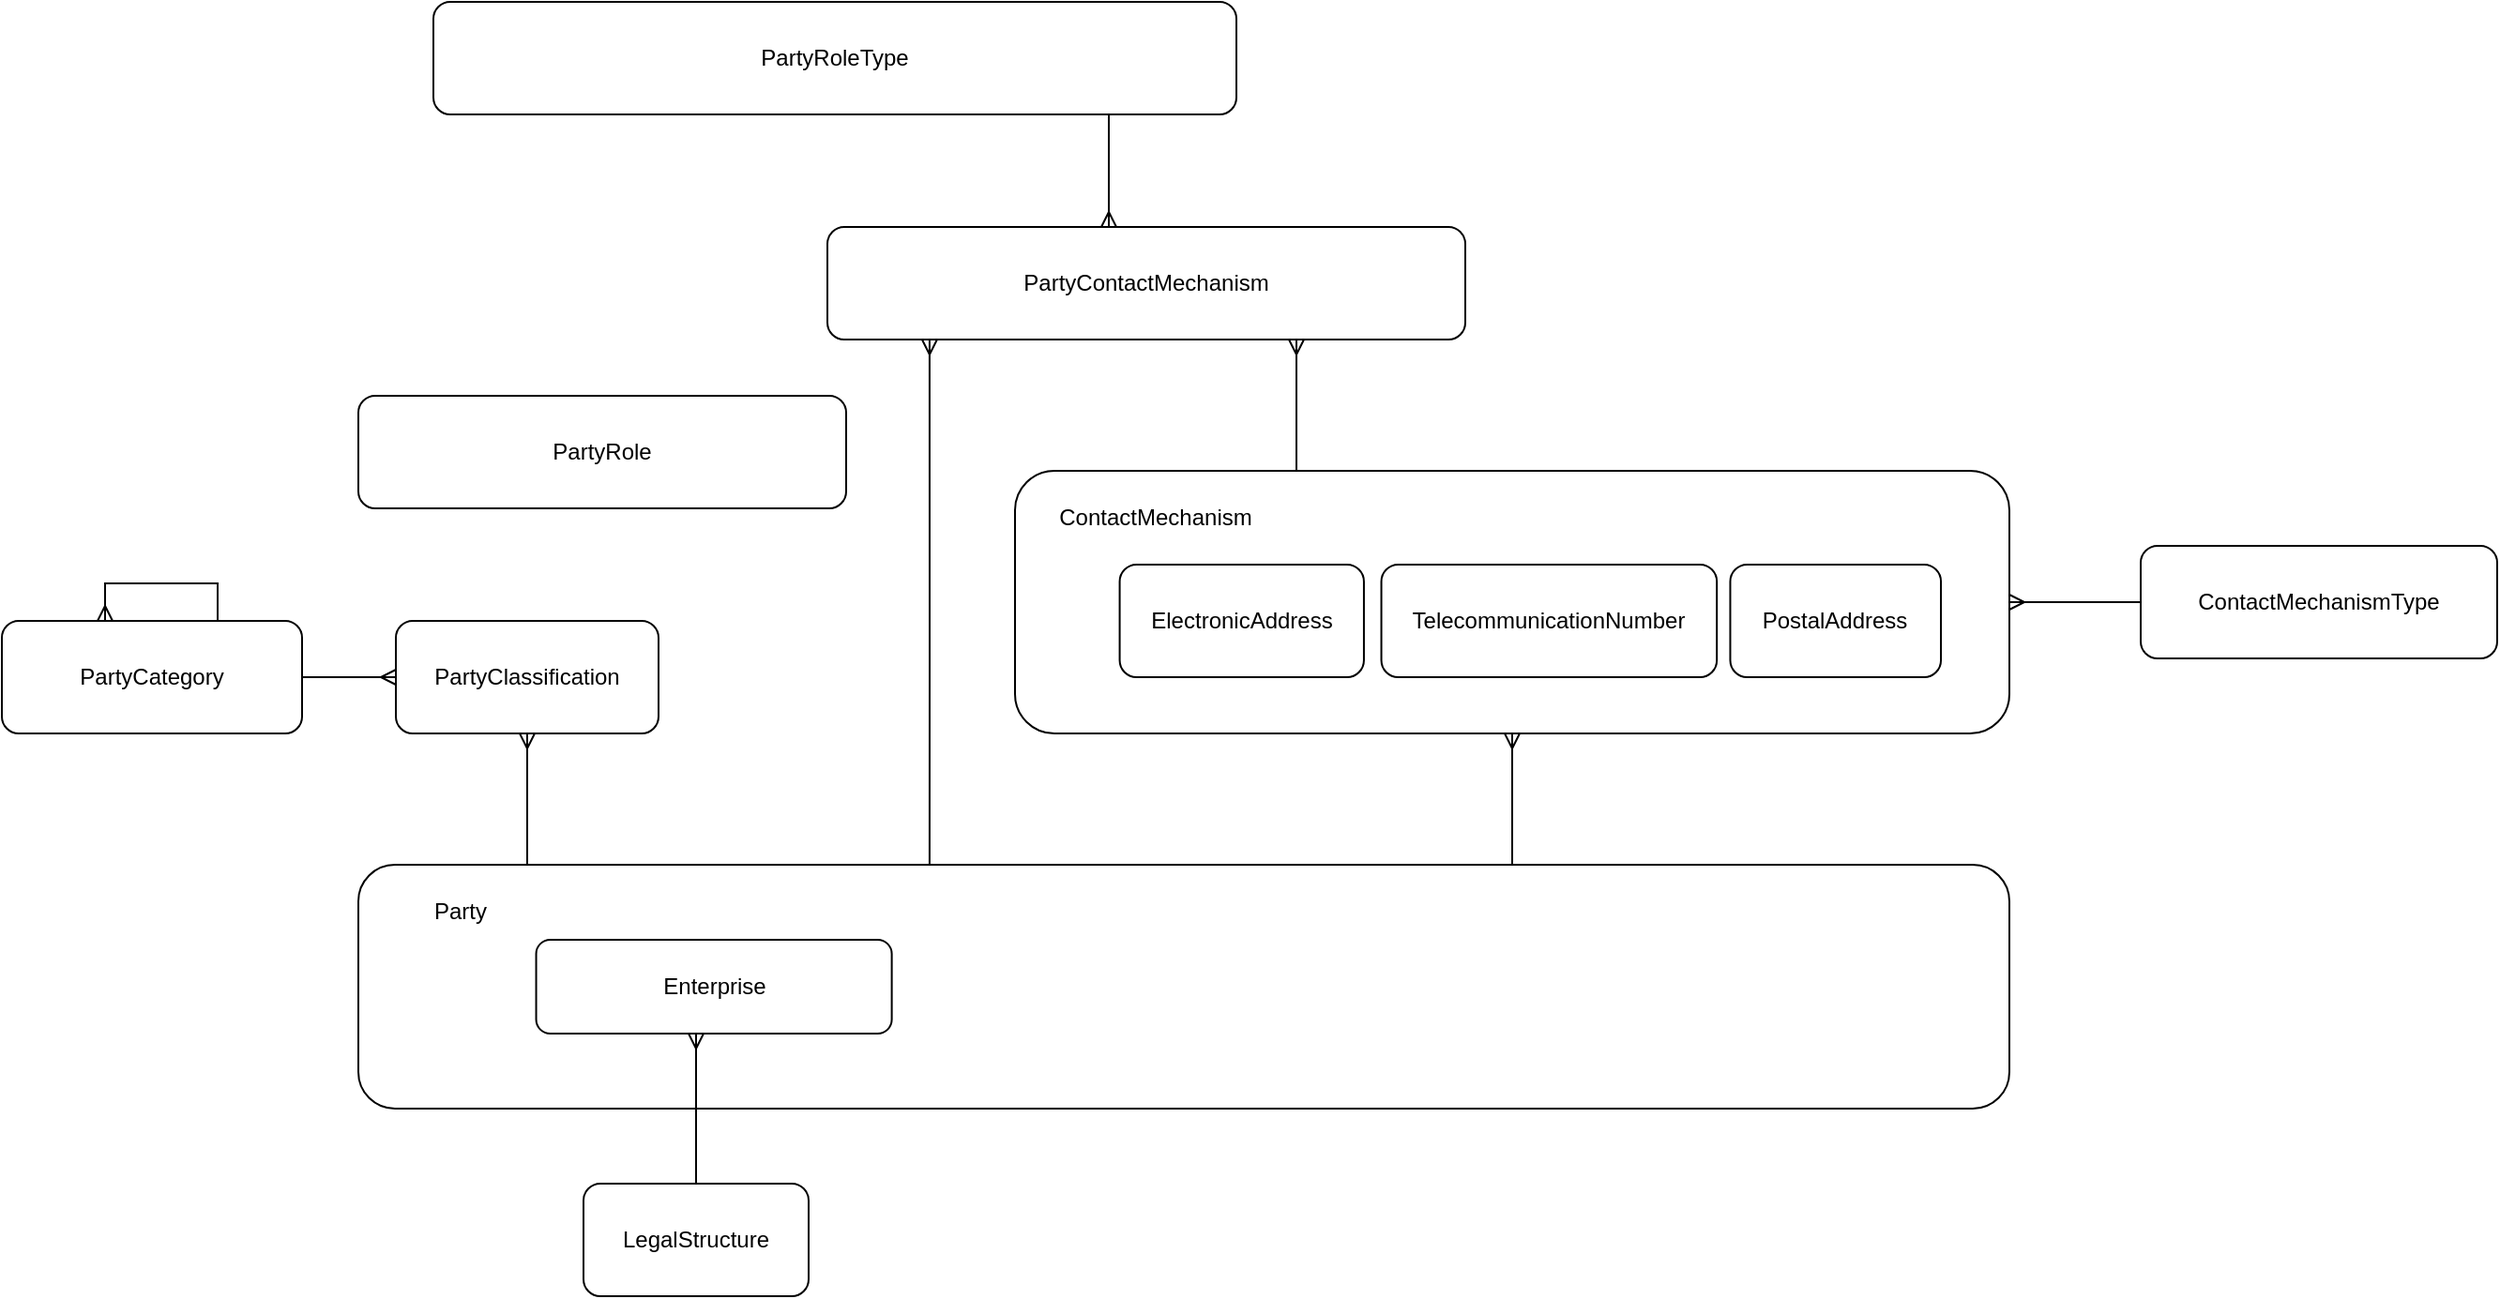
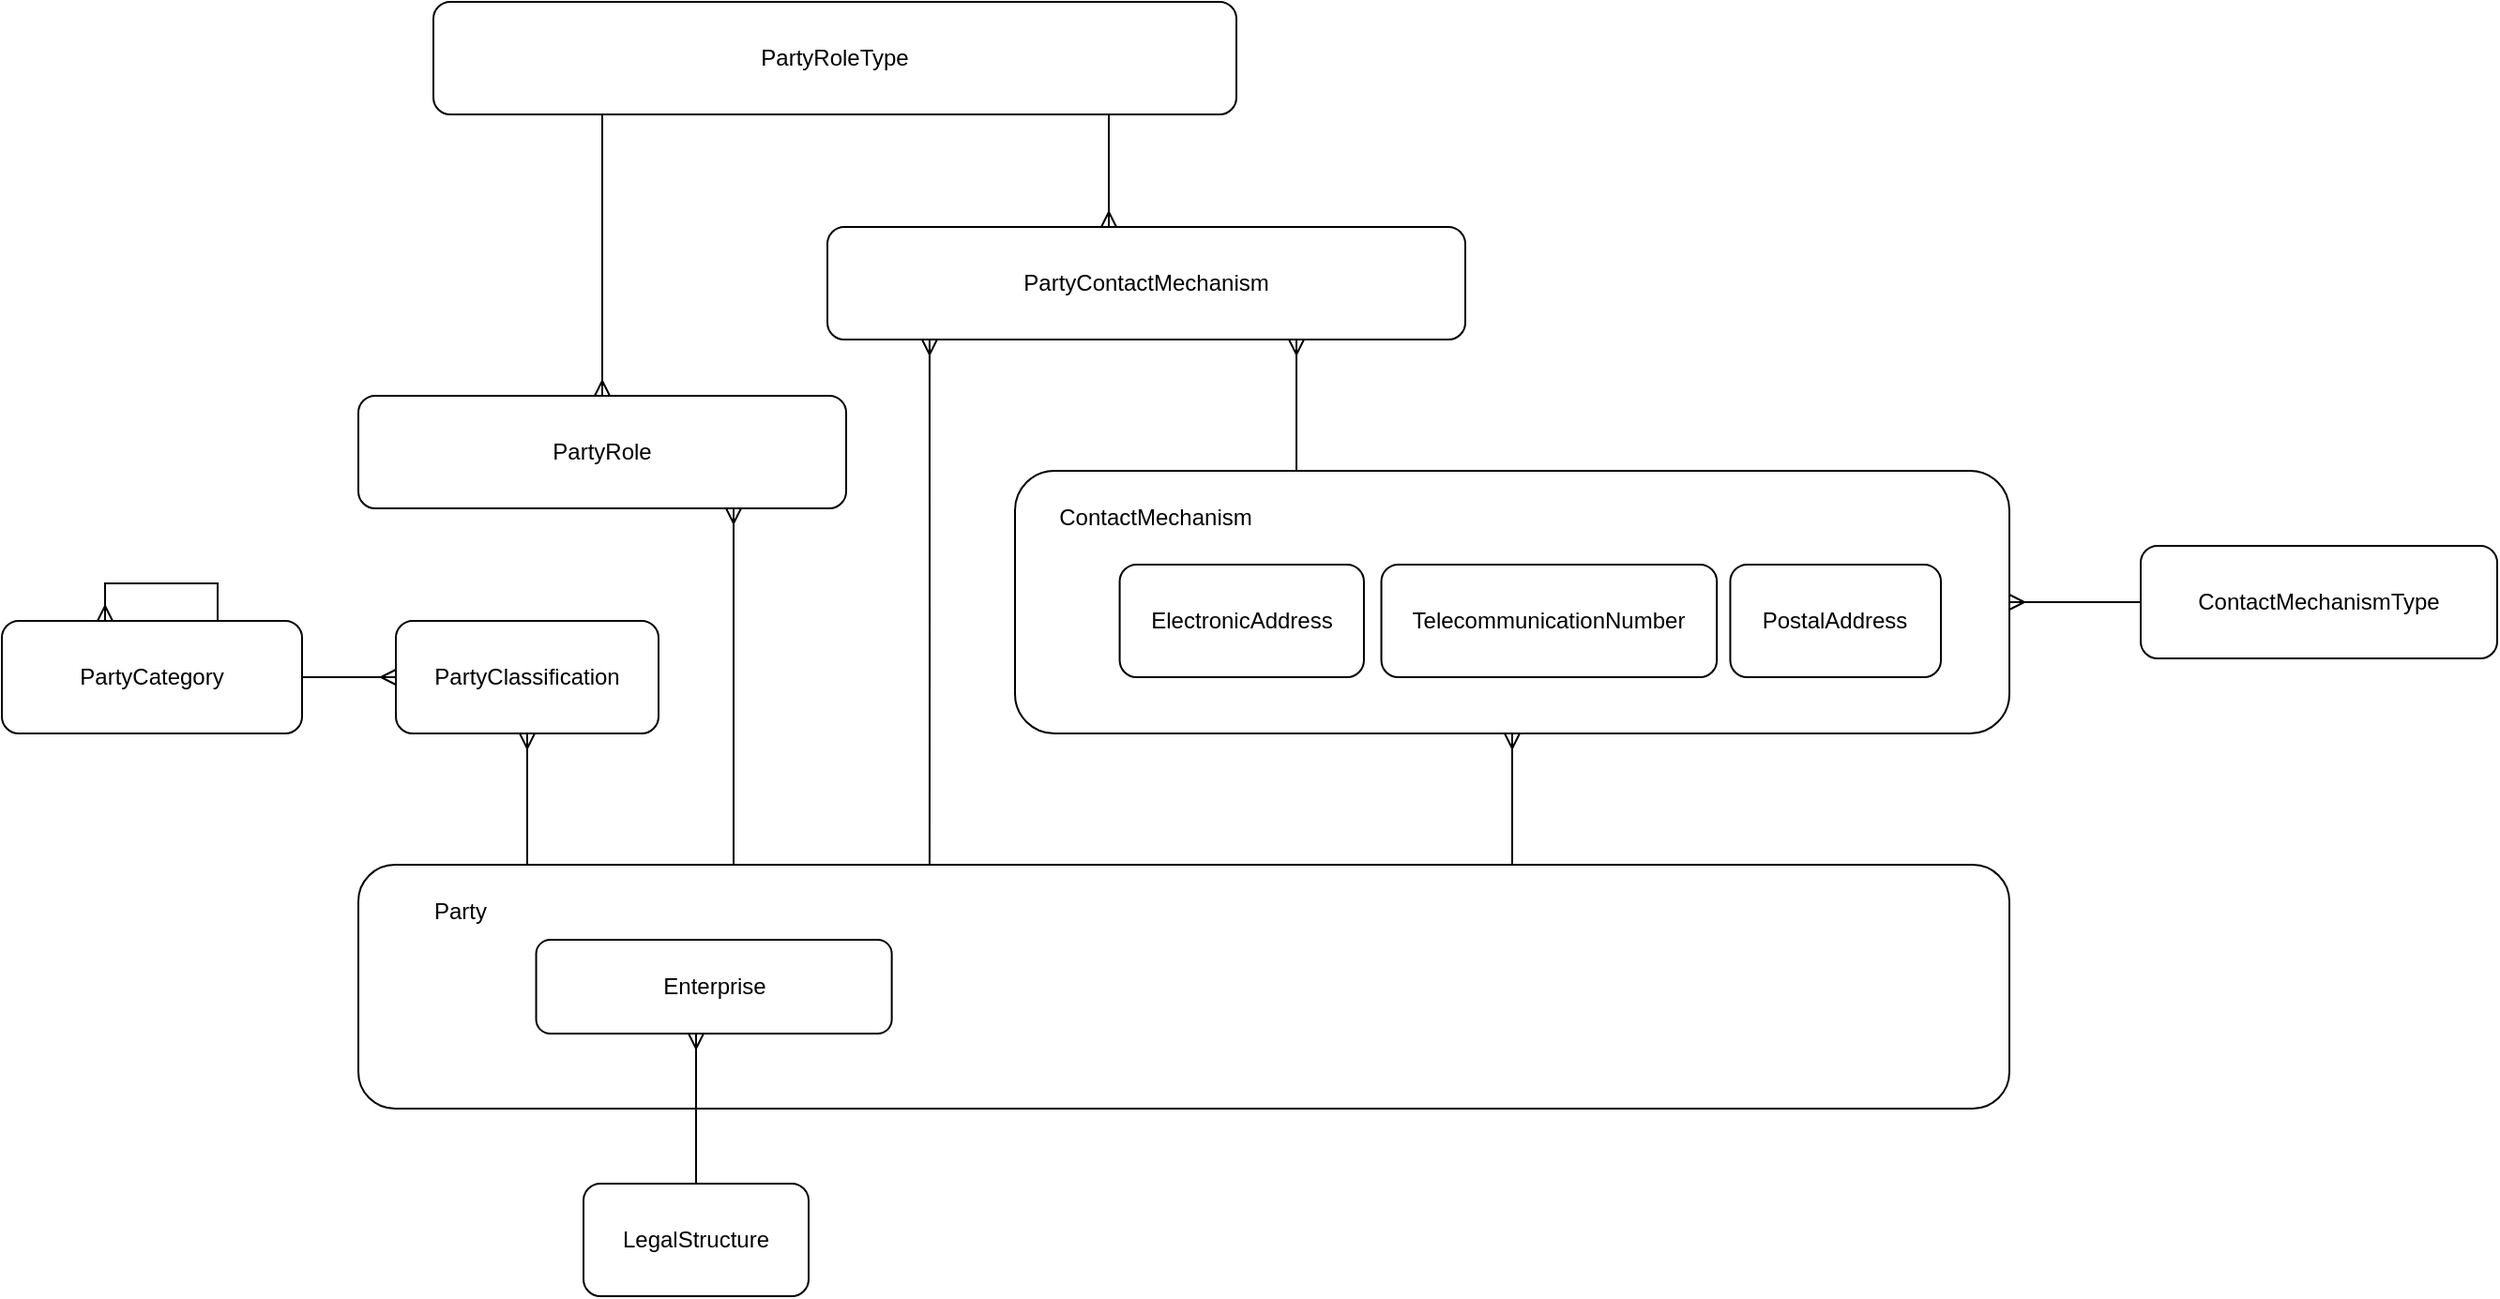
<mxfile host="app.diagrams.net" agent="Mozilla/5.0 (Windows NT 10.0; Win64; x64) AppleWebKit/537.36 (KHTML, like Gecko) Chrome/141.0.0.0 Safari/537.36" version="28.2.9">
  <diagram name="Page-1" id="d0nJ6Fx9cUZLMqGtfM0H">
    <mxGraphModel dx="1918" dy="1618" grid="1" gridSize="10" guides="1" tooltips="1" connect="1" arrows="1" fold="1" page="1" pageScale="1" pageWidth="850" pageHeight="1100" math="0" shadow="0">
      <root>
        <mxCell id="0" />
        <mxCell id="1" parent="0" />
        <mxCell id="tdPrWEJd15tEannaNgth-4" style="edgeStyle=orthogonalEdgeStyle;rounded=0;orthogonalLoop=1;jettySize=auto;html=1;startArrow=ERmany;startFill=0;endArrow=none;endFill=0;" edge="1" parent="1" source="tdPrWEJd15tEannaNgth-2" target="tdPrWEJd15tEannaNgth-3">
          <mxGeometry relative="1" as="geometry" />
        </mxCell>
        <mxCell id="tdPrWEJd15tEannaNgth-3" value="ContactMechanismType" style="rounded=1;whiteSpace=wrap;html=1;" vertex="1" parent="1">
          <mxGeometry x="600" y="240" width="190" height="60" as="geometry" />
        </mxCell>
        <mxCell id="tdPrWEJd15tEannaNgth-13" value="PartyRoleType" style="rounded=1;whiteSpace=wrap;html=1;" vertex="1" parent="1">
          <mxGeometry x="-310" y="-50" width="428" height="60" as="geometry" />
        </mxCell>
        <mxCell id="tdPrWEJd15tEannaNgth-14" style="edgeStyle=orthogonalEdgeStyle;rounded=0;orthogonalLoop=1;jettySize=auto;html=1;startArrow=ERmany;startFill=0;endArrow=none;endFill=0;" edge="1" parent="1" source="tdPrWEJd15tEannaNgth-15" target="tdPrWEJd15tEannaNgth-13">
          <mxGeometry relative="1" as="geometry">
            <mxPoint x="730" y="420" as="sourcePoint" />
            <mxPoint x="730" y="340" as="targetPoint" />
            <Array as="points">
              <mxPoint x="50" y="20" />
              <mxPoint x="50" y="20" />
            </Array>
          </mxGeometry>
        </mxCell>
        <mxCell id="tdPrWEJd15tEannaNgth-15" value="PartyContactMechanism" style="rounded=1;whiteSpace=wrap;html=1;" vertex="1" parent="1">
          <mxGeometry x="-100" y="70" width="340" height="60" as="geometry" />
        </mxCell>
        <mxCell id="tdPrWEJd15tEannaNgth-18" style="edgeStyle=orthogonalEdgeStyle;rounded=0;orthogonalLoop=1;jettySize=auto;html=1;startArrow=ERmany;startFill=0;endArrow=none;endFill=0;" edge="1" parent="1">
          <mxGeometry relative="1" as="geometry">
            <mxPoint x="-45.54117647058829" y="130" as="sourcePoint" />
            <mxPoint x="-45.54117647058829" y="410" as="targetPoint" />
            <Array as="points">
              <mxPoint x="-45.6" y="300" />
              <mxPoint x="-45.6" y="300" />
            </Array>
          </mxGeometry>
        </mxCell>
        <mxCell id="tdPrWEJd15tEannaNgth-19" value="" style="group" vertex="1" connectable="0" parent="1">
          <mxGeometry y="200" width="530" height="140" as="geometry" />
        </mxCell>
        <mxCell id="tdPrWEJd15tEannaNgth-2" value="" style="rounded=1;whiteSpace=wrap;html=1;" vertex="1" parent="tdPrWEJd15tEannaNgth-19">
          <mxGeometry width="530" height="140" as="geometry" />
        </mxCell>
        <mxCell id="tdPrWEJd15tEannaNgth-5" value="ElectronicAddress" style="rounded=1;whiteSpace=wrap;html=1;" vertex="1" parent="tdPrWEJd15tEannaNgth-19">
          <mxGeometry x="55.78947368421052" y="50" width="130.17543859649123" height="60" as="geometry" />
        </mxCell>
        <mxCell id="tdPrWEJd15tEannaNgth-6" value="TelecommunicationNumber" style="rounded=1;whiteSpace=wrap;html=1;" vertex="1" parent="tdPrWEJd15tEannaNgth-19">
          <mxGeometry x="195.26315789473682" y="50" width="178.81456140350878" height="60" as="geometry" />
        </mxCell>
        <mxCell id="tdPrWEJd15tEannaNgth-7" value="ContactMechanism" style="text;html=1;whiteSpace=wrap;strokeColor=none;fillColor=none;align=center;verticalAlign=middle;rounded=0;" vertex="1" parent="tdPrWEJd15tEannaNgth-19">
          <mxGeometry x="27.896882591093107" y="10" width="94.41295546558705" height="30" as="geometry" />
        </mxCell>
        <mxCell id="tdPrWEJd15tEannaNgth-8" value="PostalAddress" style="rounded=1;whiteSpace=wrap;html=1;" vertex="1" parent="tdPrWEJd15tEannaNgth-19">
          <mxGeometry x="381.2280701754386" y="50" width="112.29491228070175" height="60" as="geometry" />
        </mxCell>
        <mxCell id="tdPrWEJd15tEannaNgth-20" style="edgeStyle=orthogonalEdgeStyle;rounded=0;orthogonalLoop=1;jettySize=auto;html=1;startArrow=ERmany;startFill=0;endArrow=none;endFill=0;" edge="1" parent="1" source="tdPrWEJd15tEannaNgth-15" target="tdPrWEJd15tEannaNgth-2">
          <mxGeometry relative="1" as="geometry">
            <mxPoint x="370" y="120" as="sourcePoint" />
            <mxPoint x="370" y="430" as="targetPoint" />
            <Array as="points">
              <mxPoint x="150" y="160" />
              <mxPoint x="150" y="160" />
            </Array>
          </mxGeometry>
        </mxCell>
        <mxCell id="tdPrWEJd15tEannaNgth-21" style="edgeStyle=orthogonalEdgeStyle;rounded=0;orthogonalLoop=1;jettySize=auto;html=1;startArrow=ERmany;startFill=0;endArrow=none;endFill=0;" edge="1" parent="1" source="tdPrWEJd15tEannaNgth-2" target="tdPrWEJd15tEannaNgth-1">
          <mxGeometry relative="1" as="geometry">
            <mxPoint x="240" y="400" as="sourcePoint" />
            <mxPoint x="240" y="470" as="targetPoint" />
            <Array as="points">
              <mxPoint x="305" y="420" />
              <mxPoint x="305" y="420" />
            </Array>
          </mxGeometry>
        </mxCell>
        <mxCell id="tdPrWEJd15tEannaNgth-22" value="LegalStructure" style="rounded=1;whiteSpace=wrap;html=1;" vertex="1" parent="1">
          <mxGeometry x="-230" y="580" width="120" height="60" as="geometry" />
        </mxCell>
        <mxCell id="tdPrWEJd15tEannaNgth-25" value="" style="group" vertex="1" connectable="0" parent="1">
          <mxGeometry x="-350" y="410" width="880" height="130" as="geometry" />
        </mxCell>
        <mxCell id="tdPrWEJd15tEannaNgth-1" value="" style="rounded=1;whiteSpace=wrap;html=1;" vertex="1" parent="tdPrWEJd15tEannaNgth-25">
          <mxGeometry width="880.0000000000001" height="130" as="geometry" />
        </mxCell>
        <mxCell id="tdPrWEJd15tEannaNgth-9" value="Party" style="text;html=1;whiteSpace=wrap;strokeColor=none;fillColor=none;align=center;verticalAlign=middle;rounded=0;" vertex="1" parent="tdPrWEJd15tEannaNgth-25">
          <mxGeometry x="13.53846153846154" y="10" width="81.23076923076923" height="30" as="geometry" />
        </mxCell>
        <mxCell id="tdPrWEJd15tEannaNgth-17" value="Enterprise" style="rounded=1;whiteSpace=wrap;html=1;" vertex="1" parent="tdPrWEJd15tEannaNgth-25">
          <mxGeometry x="94.76923076923076" y="40" width="189.53846153846152" height="50" as="geometry" />
        </mxCell>
        <mxCell id="tdPrWEJd15tEannaNgth-27" value="PartyClassification" style="rounded=1;whiteSpace=wrap;html=1;" vertex="1" parent="1">
          <mxGeometry x="-330" y="280" width="140" height="60" as="geometry" />
        </mxCell>
        <mxCell id="tdPrWEJd15tEannaNgth-28" value="PartyCategory" style="rounded=1;whiteSpace=wrap;html=1;" vertex="1" parent="1">
          <mxGeometry x="-540" y="280" width="160" height="60" as="geometry" />
        </mxCell>
        <mxCell id="tdPrWEJd15tEannaNgth-31" style="edgeStyle=orthogonalEdgeStyle;rounded=0;orthogonalLoop=1;jettySize=auto;html=1;startArrow=ERmany;startFill=0;endArrow=none;endFill=0;" edge="1" parent="1" source="tdPrWEJd15tEannaNgth-27" target="tdPrWEJd15tEannaNgth-1">
          <mxGeometry relative="1" as="geometry">
            <mxPoint x="-260" y="180" as="sourcePoint" />
            <mxPoint x="-260" y="250" as="targetPoint" />
            <Array as="points">
              <mxPoint x="-260" y="370" />
              <mxPoint x="-260" y="370" />
            </Array>
          </mxGeometry>
        </mxCell>
        <mxCell id="tdPrWEJd15tEannaNgth-32" style="edgeStyle=orthogonalEdgeStyle;rounded=0;orthogonalLoop=1;jettySize=auto;html=1;startArrow=ERmany;startFill=0;endArrow=none;endFill=0;" edge="1" parent="1" source="tdPrWEJd15tEannaNgth-27" target="tdPrWEJd15tEannaNgth-28">
          <mxGeometry relative="1" as="geometry">
            <mxPoint x="-230" y="200" as="sourcePoint" />
            <mxPoint x="-230" y="270" as="targetPoint" />
            <Array as="points" />
          </mxGeometry>
        </mxCell>
        <mxCell id="tdPrWEJd15tEannaNgth-33" style="edgeStyle=orthogonalEdgeStyle;rounded=0;orthogonalLoop=1;jettySize=auto;html=1;startArrow=ERmany;startFill=0;endArrow=none;endFill=0;" edge="1" parent="1">
          <mxGeometry relative="1" as="geometry">
            <mxPoint x="-485" y="280" as="sourcePoint" />
            <mxPoint x="-425" y="280" as="targetPoint" />
            <Array as="points">
              <mxPoint x="-485" y="260" />
              <mxPoint x="-425" y="260" />
            </Array>
          </mxGeometry>
        </mxCell>
        <mxCell id="tdPrWEJd15tEannaNgth-34" style="edgeStyle=orthogonalEdgeStyle;rounded=0;orthogonalLoop=1;jettySize=auto;html=1;startArrow=ERmany;startFill=0;endArrow=none;endFill=0;" edge="1" parent="1" source="tdPrWEJd15tEannaNgth-17" target="tdPrWEJd15tEannaNgth-22">
          <mxGeometry relative="1" as="geometry">
            <mxPoint x="-160" y="580" as="sourcePoint" />
            <mxPoint x="-160" y="650" as="targetPoint" />
            <Array as="points">
              <mxPoint x="-170" y="550" />
              <mxPoint x="-170" y="550" />
            </Array>
          </mxGeometry>
        </mxCell>
        <mxCell id="tdPrWEJd15tEannaNgth-35" value="PartyRole" style="rounded=1;whiteSpace=wrap;html=1;" vertex="1" parent="1">
          <mxGeometry x="-350" y="160" width="260" height="60" as="geometry" />
        </mxCell>
+         <mxCell id="tdPrWEJd15tEannaNgth-37" style="edgeStyle=orthogonalEdgeStyle;rounded=0;orthogonalLoop=1;jettySize=auto;html=1;startArrow=ERmany;startFill=0;endArrow=none;endFill=0;" edge="1" parent="1" source="tdPrWEJd15tEannaNgth-35" target="tdPrWEJd15tEannaNgth-1">
+           <mxGeometry relative="1" as="geometry">
+             <mxPoint x="-130" y="350" as="sourcePoint" />
+             <mxPoint x="-130" y="420" as="targetPoint" />
+             <Array as="points">
+               <mxPoint x="-150" y="260" />
+               <mxPoint x="-150" y="260" />
+             </Array>
+           </mxGeometry>
+         </mxCell>
+         <mxCell id="tdPrWEJd15tEannaNgth-38" style="edgeStyle=orthogonalEdgeStyle;rounded=0;orthogonalLoop=1;jettySize=auto;html=1;startArrow=ERmany;startFill=0;endArrow=none;endFill=0;" edge="1" parent="1" source="tdPrWEJd15tEannaNgth-35" target="tdPrWEJd15tEannaNgth-13">
+           <mxGeometry relative="1" as="geometry">
+             <mxPoint x="-170" y="70" as="sourcePoint" />
+             <mxPoint x="-170" y="260" as="targetPoint" />
+             <Array as="points">
+               <mxPoint x="-220" y="40" />
+               <mxPoint x="-220" y="40" />
+             </Array>
+           </mxGeometry>
+         </mxCell>
      </root>
    </mxGraphModel>
  </diagram>
</mxfile>
